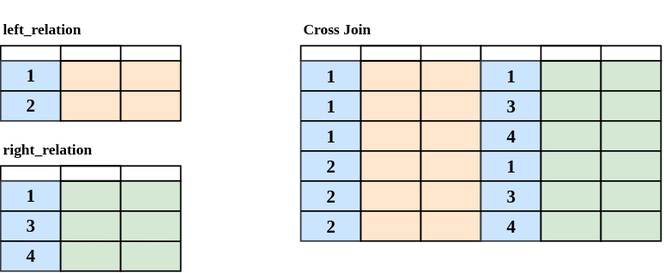
mabel-dev/opteryx.dev keeps this draw.io diagram as docs/sql-reference/cross-join.svg. Above is the earlier version. Source tidied: cells renumbered, new cells last; positions are measured from the earlier drawing's top-left corner, leaving out a move shared by most shapes.
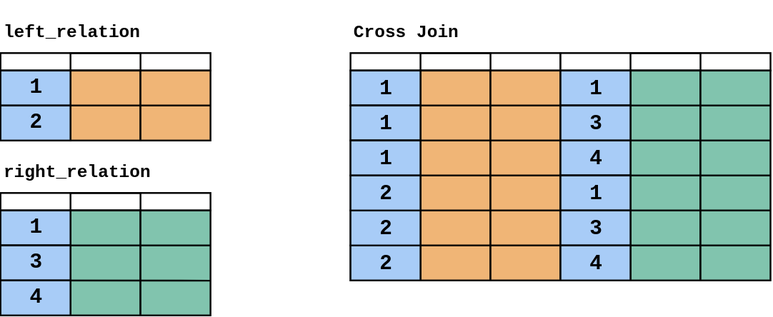
Above is the later version.

What changed in the source:
```diff
@@ -2,102 +2,102 @@
   <root>
     <mxCell id="0" />
     <mxCell id="1" parent="0" />
-    <mxCell id="2" style="rounded=0;whiteSpace=wrap;html=1;fontFamily=Lucida Console;fontSize=6;strokeColor=#000000;strokeWidth=1;fillColor=default;gradientColor=none;" parent="1" vertex="1">
+    <mxCell id="2" style="rounded=0;whiteSpace=wrap;html=1;fontFamily=Courier New;fontSize=6;strokeColor=#000000;strokeWidth=1;fillColor=default;gradientColor=none;" parent="1" vertex="1">
       <mxGeometry y="30" width="120" height="10" as="geometry" />
     </mxCell>
-    <mxCell id="3" style="rounded=0;whiteSpace=wrap;html=1;fontFamily=Lucida Console;fontSize=6;strokeColor=#36393d;strokeWidth=1;fillColor=#cce5ff;" parent="1" vertex="1">
+    <mxCell id="3" style="rounded=0;whiteSpace=wrap;html=1;fontFamily=Courier New;fontSize=6;strokeColor=#36393d;strokeWidth=1;fillColor=#cce5ff;" parent="1" vertex="1">
       <mxGeometry y="40" width="40" height="40" as="geometry" />
     </mxCell>
-    <mxCell id="4" style="rounded=0;whiteSpace=wrap;html=1;fontFamily=Lucida Console;fontSize=6;strokeColor=#000000;strokeWidth=1;fillColor=#ffe6cc;" parent="1" vertex="1">
+    <mxCell id="4" style="rounded=0;whiteSpace=wrap;html=1;fontFamily=Courier New;fontSize=6;strokeColor=#000000;strokeWidth=1;fillColor=#F0B576;" parent="1" vertex="1">
       <mxGeometry x="40" y="40" width="40" height="40" as="geometry" />
     </mxCell>
-    <mxCell id="5" style="rounded=0;whiteSpace=wrap;html=1;fontFamily=Lucida Console;fontSize=6;strokeColor=#000000;strokeWidth=1;fillColor=#ffe6cc;" parent="1" vertex="1">
+    <mxCell id="5" style="rounded=0;whiteSpace=wrap;html=1;fontFamily=Courier New;fontSize=6;strokeColor=#000000;strokeWidth=1;fillColor=#F0B576;" parent="1" vertex="1">
       <mxGeometry x="80" y="40" width="40" height="40" as="geometry" />
     </mxCell>
-    <mxCell id="6" style="endArrow=none;html=1;rounded=0;fontFamily=Lucida Console;fontSize=6;entryX=1;entryY=0.5;entryDx=0;entryDy=0;exitX=0;exitY=0.5;exitDx=0;exitDy=0;startArrow=none;" parent="1" edge="1" source="3" target="5">
+    <mxCell id="6" style="endArrow=none;html=1;rounded=0;fontFamily=Courier New;fontSize=6;entryX=1;entryY=0.5;entryDx=0;entryDy=0;exitX=0;exitY=0.5;exitDx=0;exitDy=0;startArrow=none;" parent="1" edge="1" source="3" target="5">
       <mxGeometry relative="1" as="geometry" />
     </mxCell>
-    <mxCell id="7" value="1" style="text;strokeColor=none;fillColor=none;html=1;fontSize=12;fontStyle=1;verticalAlign=middle;align=center;fontFamily=Lucida Console;" parent="1" vertex="1">
+    <mxCell id="7" value="1" style="text;strokeColor=default;fillColor=#A8CCF7;html=1;fontSize=12;fontStyle=1;verticalAlign=middle;align=center;fontFamily=Courier New;" parent="1" vertex="1">
       <mxGeometry y="40" width="40" height="20" as="geometry" />
     </mxCell>
-    <mxCell id="8" value="2" style="text;strokeColor=none;fillColor=none;html=1;fontSize=12;fontStyle=1;verticalAlign=middle;align=center;fontFamily=Lucida Console;" parent="1" vertex="1">
+    <mxCell id="8" value="2" style="text;strokeColor=default;fillColor=#A8CCF7;html=1;fontSize=12;fontStyle=1;verticalAlign=middle;align=center;fontFamily=Courier New;" parent="1" vertex="1">
       <mxGeometry y="60" width="40" height="20" as="geometry" />
     </mxCell>
-    <mxCell id="9" style="rounded=0;whiteSpace=wrap;html=1;fontFamily=Lucida Console;fontSize=6;strokeColor=#000000;strokeWidth=1;fillColor=none;" parent="1" vertex="1">
+    <mxCell id="9" style="rounded=0;whiteSpace=wrap;html=1;fontFamily=Courier New;fontSize=6;strokeColor=#000000;strokeWidth=1;fillColor=none;" parent="1" vertex="1">
       <mxGeometry x="40" y="30" width="40" height="10" as="geometry" />
     </mxCell>
-    <mxCell id="10" style="rounded=0;whiteSpace=wrap;html=1;fontFamily=Lucida Console;fontSize=6;strokeColor=#000000;strokeWidth=1;fillColor=default;gradientColor=none;" parent="1" vertex="1">
+    <mxCell id="10" style="rounded=0;whiteSpace=wrap;html=1;fontFamily=Courier New;fontSize=6;strokeColor=#000000;strokeWidth=1;fillColor=default;gradientColor=none;" parent="1" vertex="1">
       <mxGeometry y="110" width="120" height="10" as="geometry" />
     </mxCell>
-    <mxCell id="11" style="rounded=0;whiteSpace=wrap;html=1;fontFamily=Lucida Console;fontSize=6;strokeColor=#36393d;strokeWidth=1;fillColor=#cce5ff;" parent="1" vertex="1">
+    <mxCell id="11" style="rounded=0;whiteSpace=wrap;html=1;fontFamily=Courier New;fontSize=6;strokeColor=#36393d;strokeWidth=1;fillColor=#cce5ff;" parent="1" vertex="1">
       <mxGeometry y="120" width="40" height="60" as="geometry" />
     </mxCell>
-    <mxCell id="12" style="rounded=0;whiteSpace=wrap;html=1;fontFamily=Lucida Console;fontSize=6;strokeColor=#000000;strokeWidth=1;fillColor=#d5e8d4;" parent="1" vertex="1">
+    <mxCell id="12" style="rounded=0;whiteSpace=wrap;html=1;fontFamily=Courier New;fontSize=6;strokeColor=#000000;strokeWidth=1;fillColor=#81C4AE;" parent="1" vertex="1">
       <mxGeometry x="40" y="120" width="40" height="60" as="geometry" />
     </mxCell>
-    <mxCell id="13" style="rounded=0;whiteSpace=wrap;html=1;fontFamily=Lucida Console;fontSize=6;strokeColor=#000000;strokeWidth=1;fillColor=#d5e8d4;" parent="1" vertex="1">
+    <mxCell id="13" style="rounded=0;whiteSpace=wrap;html=1;fontFamily=Courier New;fontSize=6;strokeColor=#000000;strokeWidth=1;fillColor=#81C4AE;" parent="1" vertex="1">
       <mxGeometry x="80" y="120" width="40" height="60" as="geometry" />
     </mxCell>
-    <mxCell id="14" style="endArrow=none;html=1;rounded=0;fontFamily=Lucida Console;fontSize=6;exitX=0;exitY=0;exitDx=0;exitDy=0;startArrow=none;entryX=1;entryY=0.669;entryDx=0;entryDy=0;entryPerimeter=0;" parent="1" edge="1" source="18" target="13">
+    <mxCell id="14" style="endArrow=none;html=1;rounded=0;fontFamily=Courier New;fontSize=6;exitX=0;exitY=0;exitDx=0;exitDy=0;startArrow=none;entryX=1;entryY=0.669;entryDx=0;entryDy=0;entryPerimeter=0;" parent="1" edge="1" source="18" target="13">
       <mxGeometry relative="1" as="geometry" />
     </mxCell>
-    <mxCell id="15" value="1" style="text;strokeColor=none;fillColor=none;html=1;fontSize=12;fontStyle=1;verticalAlign=middle;align=center;fontFamily=Lucida Console;" parent="1" vertex="1">
+    <mxCell id="15" value="1" style="text;strokeColor=default;fillColor=#A8CCF7;html=1;fontSize=12;fontStyle=1;verticalAlign=middle;align=center;fontFamily=Courier New;" parent="1" vertex="1">
       <mxGeometry y="120" width="40" height="20" as="geometry" />
     </mxCell>
-    <mxCell id="16" value="3" style="text;strokeColor=none;fillColor=none;html=1;fontSize=12;fontStyle=1;verticalAlign=middle;align=center;fontFamily=Lucida Console;" parent="1" vertex="1">
+    <mxCell id="16" value="3" style="text;strokeColor=default;fillColor=#A8CCF7;html=1;fontSize=12;fontStyle=1;verticalAlign=middle;align=center;fontFamily=Courier New;" parent="1" vertex="1">
       <mxGeometry y="140" width="40" height="20" as="geometry" />
     </mxCell>
-    <mxCell id="17" style="rounded=0;whiteSpace=wrap;html=1;fontFamily=Lucida Console;fontSize=6;strokeColor=#000000;strokeWidth=1;fillColor=none;" parent="1" vertex="1">
+    <mxCell id="17" style="rounded=0;whiteSpace=wrap;html=1;fontFamily=Courier New;fontSize=6;strokeColor=#000000;strokeWidth=1;fillColor=none;" parent="1" vertex="1">
       <mxGeometry x="40" y="110" width="40" height="10" as="geometry" />
     </mxCell>
-    <mxCell id="18" value="4" style="text;strokeColor=none;fillColor=none;html=1;fontSize=12;fontStyle=1;verticalAlign=middle;align=center;fontFamily=Lucida Console;" parent="1" vertex="1">
+    <mxCell id="18" value="4" style="text;strokeColor=default;fillColor=#A8CCF7;html=1;fontSize=12;fontStyle=1;verticalAlign=middle;align=center;fontFamily=Courier New;" parent="1" vertex="1">
       <mxGeometry y="160" width="40" height="20" as="geometry" />
     </mxCell>
-    <mxCell id="19" style="endArrow=none;html=1;rounded=0;fontFamily=Lucida Console;fontSize=6;exitX=0;exitY=0;exitDx=0;exitDy=0;startArrow=none;" parent="1" edge="1" source="16">
+    <mxCell id="19" style="endArrow=none;html=1;rounded=0;fontFamily=Courier New;fontSize=6;exitX=0;exitY=0;exitDx=0;exitDy=0;startArrow=none;" parent="1" edge="1" source="16">
       <mxGeometry relative="1" as="geometry">
         <mxPoint x="120" y="140" as="targetPoint" />
       </mxGeometry>
     </mxCell>
-    <mxCell id="20" value="&lt;font style=&quot;font-size: 10px;&quot;&gt;left_relation&lt;/font&gt;" style="text;strokeColor=none;fillColor=none;html=1;fontSize=24;fontStyle=1;verticalAlign=middle;align=left;fontFamily=Lucida Console;" parent="1" vertex="1">
+    <mxCell id="20" value="&lt;font style=&quot;font-size: 10px;&quot;&gt;left_relation&lt;/font&gt;" style="text;strokeColor=none;fillColor=none;html=1;fontSize=24;fontStyle=1;verticalAlign=middle;align=left;fontFamily=Courier New;" parent="1" vertex="1">
       <mxGeometry width="100" height="30" as="geometry" />
     </mxCell>
-    <mxCell id="21" value="&lt;font style=&quot;font-size: 10px;&quot;&gt;right_relation&lt;/font&gt;" style="text;strokeColor=none;fillColor=none;html=1;fontSize=24;fontStyle=1;verticalAlign=middle;align=left;fontFamily=Lucida Console;" parent="1" vertex="1">
+    <mxCell id="21" value="&lt;font style=&quot;font-size: 10px;&quot;&gt;right_relation&lt;/font&gt;" style="text;strokeColor=none;fillColor=none;html=1;fontSize=24;fontStyle=1;verticalAlign=middle;align=left;fontFamily=Courier New;" parent="1" vertex="1">
       <mxGeometry y="80" width="100" height="30" as="geometry" />
     </mxCell>
-    <mxCell id="22" style="rounded=0;whiteSpace=wrap;html=1;fontFamily=Lucida Console;fontSize=6;strokeColor=#000000;strokeWidth=1;fillColor=default;gradientColor=none;" parent="1" vertex="1">
+    <mxCell id="22" style="rounded=0;whiteSpace=wrap;html=1;fontFamily=Courier New;fontSize=6;strokeColor=#000000;strokeWidth=1;fillColor=default;gradientColor=none;" parent="1" vertex="1">
       <mxGeometry x="200" y="30" width="120" height="10" as="geometry" />
     </mxCell>
-    <mxCell id="23" style="rounded=0;whiteSpace=wrap;html=1;fontFamily=Lucida Console;fontSize=6;strokeColor=#36393d;strokeWidth=1;fillColor=#cce5ff;" parent="1" vertex="1">
+    <mxCell id="23" style="rounded=0;whiteSpace=wrap;html=1;fontFamily=Courier New;fontSize=6;strokeColor=#36393d;strokeWidth=1;fillColor=#cce5ff;" parent="1" vertex="1">
       <mxGeometry x="200" y="40" width="40" height="120" as="geometry" />
     </mxCell>
-    <mxCell id="24" style="rounded=0;whiteSpace=wrap;html=1;fontFamily=Lucida Console;fontSize=6;strokeColor=#000000;strokeWidth=1;fillColor=#ffe6cc;" parent="1" vertex="1">
+    <mxCell id="24" style="rounded=0;whiteSpace=wrap;html=1;fontFamily=Courier New;fontSize=6;strokeColor=#000000;strokeWidth=1;fillColor=#F0B576;" parent="1" vertex="1">
       <mxGeometry x="240" y="40" width="40" height="120" as="geometry" />
     </mxCell>
-    <mxCell id="25" style="rounded=0;whiteSpace=wrap;html=1;fontFamily=Lucida Console;fontSize=6;strokeColor=#000000;strokeWidth=1;fillColor=#ffe6cc;" parent="1" vertex="1">
+    <mxCell id="25" style="rounded=0;whiteSpace=wrap;html=1;fontFamily=Courier New;fontSize=6;strokeColor=#000000;strokeWidth=1;fillColor=#F0B576;" parent="1" vertex="1">
       <mxGeometry x="280" y="40" width="40" height="120" as="geometry" />
     </mxCell>
-    <mxCell id="26" value="1" style="text;strokeColor=none;fillColor=none;html=1;fontSize=12;fontStyle=1;verticalAlign=bottom;align=center;fontFamily=Lucida Console;" parent="1" vertex="1">
+    <mxCell id="26" value="1" style="text;strokeColor=default;fillColor=#A8CCF7;html=1;fontSize=12;fontStyle=1;verticalAlign=bottom;align=center;fontFamily=Courier New;" parent="1" vertex="1">
       <mxGeometry x="200" y="40" width="40" height="20" as="geometry" />
     </mxCell>
-    <mxCell id="27" style="rounded=0;whiteSpace=wrap;html=1;fontFamily=Lucida Console;fontSize=6;strokeColor=#000000;strokeWidth=1;fillColor=none;" parent="1" vertex="1">
+    <mxCell id="27" style="rounded=0;whiteSpace=wrap;html=1;fontFamily=Courier New;fontSize=6;strokeColor=#000000;strokeWidth=1;fillColor=none;" parent="1" vertex="1">
       <mxGeometry x="240" y="30" width="40" height="10" as="geometry" />
     </mxCell>
-    <mxCell id="28" value="&lt;font style=&quot;font-size: 10px;&quot;&gt;Cross Join&lt;/font&gt;" style="text;strokeColor=none;fillColor=none;html=1;fontSize=24;fontStyle=1;verticalAlign=middle;align=left;fontFamily=Lucida Console;" parent="1" vertex="1">
+    <mxCell id="28" value="&lt;font style=&quot;font-size: 10px;&quot;&gt;Cross Join&lt;/font&gt;" style="text;strokeColor=none;fillColor=none;html=1;fontSize=24;fontStyle=1;verticalAlign=middle;align=left;fontFamily=Courier New;" parent="1" vertex="1">
       <mxGeometry x="200" width="100" height="30" as="geometry" />
     </mxCell>
-    <mxCell id="29" value="1" style="text;strokeColor=none;fillColor=none;html=1;fontSize=12;fontStyle=1;verticalAlign=bottom;align=center;fontFamily=Lucida Console;" parent="1" vertex="1">
+    <mxCell id="29" value="1" style="text;strokeColor=default;fillColor=#A8CCF7;html=1;fontSize=12;fontStyle=1;verticalAlign=bottom;align=center;fontFamily=Courier New;" parent="1" vertex="1">
       <mxGeometry x="200" y="60" width="40" height="20" as="geometry" />
     </mxCell>
     <mxCell id="30" style="rounded=0;whiteSpace=wrap;html=1;fontFamily=Lucida Console;fontSize=6;strokeColor=#000000;strokeWidth=1;fillColor=default;gradientColor=none;" parent="1" vertex="1">
       <mxGeometry x="320" y="30" width="120" height="10" as="geometry" />
     </mxCell>
-    <mxCell id="31" style="rounded=0;whiteSpace=wrap;html=1;fontFamily=Lucida Console;fontSize=6;strokeColor=#36393d;strokeWidth=1;fillColor=#cce5ff;" parent="1" vertex="1">
+    <mxCell id="31" style="rounded=0;whiteSpace=wrap;html=1;fontFamily=Courier New;fontSize=6;strokeColor=#36393d;strokeWidth=1;fillColor=#cce5ff;" parent="1" vertex="1">
       <mxGeometry x="320" y="40" width="40" height="120" as="geometry" />
     </mxCell>
-    <mxCell id="32" style="rounded=0;whiteSpace=wrap;html=1;fontFamily=Lucida Console;fontSize=6;strokeColor=#000000;strokeWidth=1;fillColor=#d5e8d4;" parent="1" vertex="1">
+    <mxCell id="32" style="rounded=0;whiteSpace=wrap;html=1;fontFamily=Courier New;fontSize=6;strokeColor=#000000;strokeWidth=1;fillColor=#81C4AE;" parent="1" vertex="1">
       <mxGeometry x="360" y="40" width="40" height="120" as="geometry" />
     </mxCell>
-    <mxCell id="33" style="rounded=0;whiteSpace=wrap;html=1;fontFamily=Lucida Console;fontSize=6;strokeColor=#000000;strokeWidth=1;fillColor=#d5e8d4;" parent="1" vertex="1">
+    <mxCell id="33" style="rounded=0;whiteSpace=wrap;html=1;fontFamily=Lucida Console;fontSize=6;strokeColor=#000000;strokeWidth=1;fillColor=#81C4AE;" parent="1" vertex="1">
       <mxGeometry x="400" y="40" width="40" height="120" as="geometry" />
     </mxCell>
     <mxCell id="34" style="endArrow=none;html=1;rounded=0;fontFamily=Lucida Console;fontSize=6;startArrow=none;" parent="1" edge="1">
@@ -106,16 +106,16 @@
         <mxPoint x="440" y="80" as="targetPoint" />
       </mxGeometry>
     </mxCell>
-    <mxCell id="35" value="1" style="text;strokeColor=none;fillColor=none;html=1;fontSize=12;fontStyle=1;verticalAlign=bottom;align=center;fontFamily=Lucida Console;" parent="1" vertex="1">
+    <mxCell id="35" value="1" style="text;strokeColor=default;fillColor=#A8CCF7;html=1;fontSize=12;fontStyle=1;verticalAlign=bottom;align=center;fontFamily=Courier New;" parent="1" vertex="1">
       <mxGeometry x="320" y="40" width="40" height="20" as="geometry" />
     </mxCell>
-    <mxCell id="36" value="3" style="text;strokeColor=none;fillColor=none;html=1;fontSize=12;fontStyle=1;verticalAlign=bottom;align=center;fontFamily=Lucida Console;" parent="1" vertex="1">
+    <mxCell id="36" value="3" style="text;strokeColor=default;fillColor=#A8CCF7;html=1;fontSize=12;fontStyle=1;verticalAlign=bottom;align=center;fontFamily=Courier New;" parent="1" vertex="1">
       <mxGeometry x="320" y="60" width="40" height="20" as="geometry" />
     </mxCell>
-    <mxCell id="37" style="rounded=0;whiteSpace=wrap;html=1;fontFamily=Lucida Console;fontSize=6;strokeColor=#000000;strokeWidth=1;fillColor=none;" parent="1" vertex="1">
+    <mxCell id="37" style="rounded=0;whiteSpace=wrap;html=1;fontFamily=Courier New;fontSize=6;strokeColor=#000000;strokeWidth=1;fillColor=none;" parent="1" vertex="1">
       <mxGeometry x="360" y="30" width="40" height="10" as="geometry" />
     </mxCell>
-    <mxCell id="38" value="4" style="text;strokeColor=none;fillColor=none;html=1;fontSize=12;fontStyle=1;verticalAlign=bottom;align=center;fontFamily=Lucida Console;" parent="1" vertex="1">
+    <mxCell id="38" value="4" style="text;strokeColor=default;fillColor=#A8CCF7;html=1;fontSize=12;fontStyle=1;verticalAlign=bottom;align=center;fontFamily=Courier New;" parent="1" vertex="1">
       <mxGeometry x="320" y="80" width="40" height="20" as="geometry" />
     </mxCell>
     <mxCell id="39" style="endArrow=none;html=1;rounded=0;fontFamily=Lucida Console;fontSize=6;startArrow=none;" parent="1" edge="1">
@@ -142,26 +142,35 @@
         <mxPoint x="440" y="60" as="targetPoint" />
       </mxGeometry>
     </mxCell>
-    <mxCell id="43" value="1" style="text;strokeColor=none;fillColor=none;html=1;fontSize=12;fontStyle=1;verticalAlign=bottom;align=center;fontFamily=Lucida Console;" parent="1" vertex="1">
+    <mxCell id="43" value="1" style="text;strokeColor=default;fillColor=#A8CCF7;html=1;fontSize=12;fontStyle=1;verticalAlign=bottom;align=center;fontFamily=Courier New;" parent="1" vertex="1">
       <mxGeometry x="320" y="100" width="40" height="20" as="geometry" />
     </mxCell>
-    <mxCell id="44" value="3" style="text;strokeColor=none;fillColor=none;html=1;fontSize=12;fontStyle=1;verticalAlign=bottom;align=center;fontFamily=Lucida Console;" parent="1" vertex="1">
+    <mxCell id="44" value="3" style="text;strokeColor=default;fillColor=#A8CCF7;html=1;fontSize=12;fontStyle=1;verticalAlign=bottom;align=center;fontFamily=Courier New;" parent="1" vertex="1">
       <mxGeometry x="320" y="120" width="40" height="20" as="geometry" />
     </mxCell>
-    <mxCell id="45" value="4" style="text;strokeColor=none;fillColor=none;html=1;fontSize=12;fontStyle=1;verticalAlign=bottom;align=center;fontFamily=Lucida Console;" parent="1" vertex="1">
+    <mxCell id="45" value="4" style="text;strokeColor=default;fillColor=#A8CCF7;html=1;fontSize=12;fontStyle=1;verticalAlign=bottom;align=center;fontFamily=Courier New;" parent="1" vertex="1">
       <mxGeometry x="320" y="140" width="40" height="20" as="geometry" />
     </mxCell>
-    <mxCell id="46" value="1" style="text;strokeColor=none;fillColor=none;html=1;fontSize=12;fontStyle=1;verticalAlign=bottom;align=center;fontFamily=Lucida Console;" parent="1" vertex="1">
+    <mxCell id="46" value="1" style="text;strokeColor=default;fillColor=#A8CCF7;html=1;fontSize=12;fontStyle=1;verticalAlign=bottom;align=center;fontFamily=Courier New;" parent="1" vertex="1">
       <mxGeometry x="200" y="80" width="40" height="20" as="geometry" />
     </mxCell>
-    <mxCell id="47" value="2" style="text;strokeColor=none;fillColor=none;html=1;fontSize=12;fontStyle=1;verticalAlign=bottom;align=center;fontFamily=Lucida Console;" parent="1" vertex="1">
+    <mxCell id="47" value="2" style="text;strokeColor=none;fillColor=none;html=1;fontSize=12;fontStyle=1;verticalAlign=bottom;align=center;fontFamily=Courier New;" parent="1" vertex="1">
       <mxGeometry x="200" y="100" width="40" height="20" as="geometry" />
     </mxCell>
-    <mxCell id="48" value="2" style="text;strokeColor=none;fillColor=none;html=1;fontSize=12;fontStyle=1;verticalAlign=bottom;align=center;fontFamily=Lucida Console;" parent="1" vertex="1">
+    <mxCell id="48" value="2" style="text;strokeColor=none;fillColor=none;html=1;fontSize=12;fontStyle=1;verticalAlign=bottom;align=center;fontFamily=Courier New;" parent="1" vertex="1">
       <mxGeometry x="200" y="120" width="40" height="20" as="geometry" />
     </mxCell>
-    <mxCell id="49" value="2" style="text;strokeColor=none;fillColor=none;html=1;fontSize=12;fontStyle=1;verticalAlign=bottom;align=center;fontFamily=Lucida Console;" parent="1" vertex="1">
+    <mxCell id="49" value="2" style="text;strokeColor=none;fillColor=none;html=1;fontSize=12;fontStyle=1;verticalAlign=bottom;align=center;fontFamily=Courier New;" parent="1" vertex="1">
       <mxGeometry x="200" y="140" width="40" height="20" as="geometry" />
     </mxCell>
+    <mxCell id="50" value="2" style="text;strokeColor=default;fillColor=#A8CCF7;html=1;fontSize=12;fontStyle=1;verticalAlign=bottom;align=center;fontFamily=Courier New;" parent="1" vertex="1">
+      <mxGeometry x="200" y="140" width="40" height="20" as="geometry" />
+    </mxCell>
+    <mxCell id="51" value="2" style="text;strokeColor=default;fillColor=#A8CCF7;html=1;fontSize=12;fontStyle=1;verticalAlign=bottom;align=center;fontFamily=Courier New;" parent="1" vertex="1">
+      <mxGeometry x="200" y="120" width="40" height="20" as="geometry" />
+    </mxCell>
+    <mxCell id="52" value="2" style="text;strokeColor=default;fillColor=#A8CCF7;html=1;fontSize=12;fontStyle=1;verticalAlign=bottom;align=center;fontFamily=Courier New;" parent="1" vertex="1">
+      <mxGeometry x="200" y="100" width="40" height="20" as="geometry" />
+    </mxCell>
   </root>
 </mxGraphModel>
```
